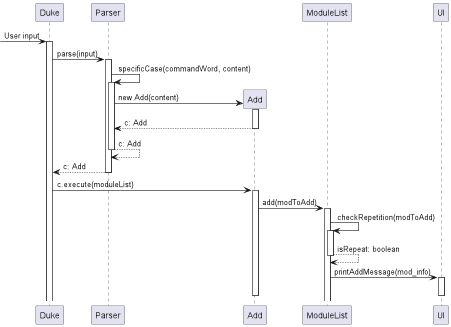
nus-cs2113-AY2223S1/tp keeps this PlantUML diagram as docs/diagrams/AddUML.png. Above is the earlier version.
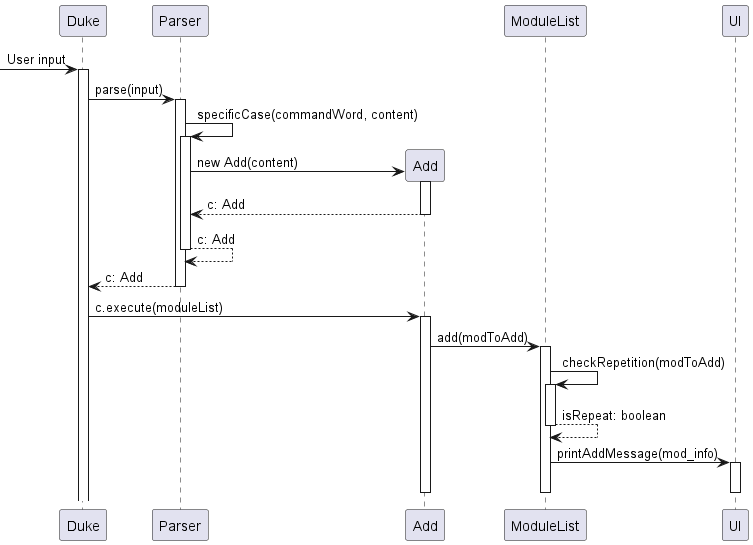
The same file after the commit.

Commit message:
Updated DG with diagrams and corrections to texts

What changed in the source:
```diff
@@ -22,6 +22,7 @@
 ModuleList -> UI: printAddMessage(mod_info)
 activate UI
 deactivate UI
+deactivate ModuleList
 deactivate Add
 
 @enduml
```
